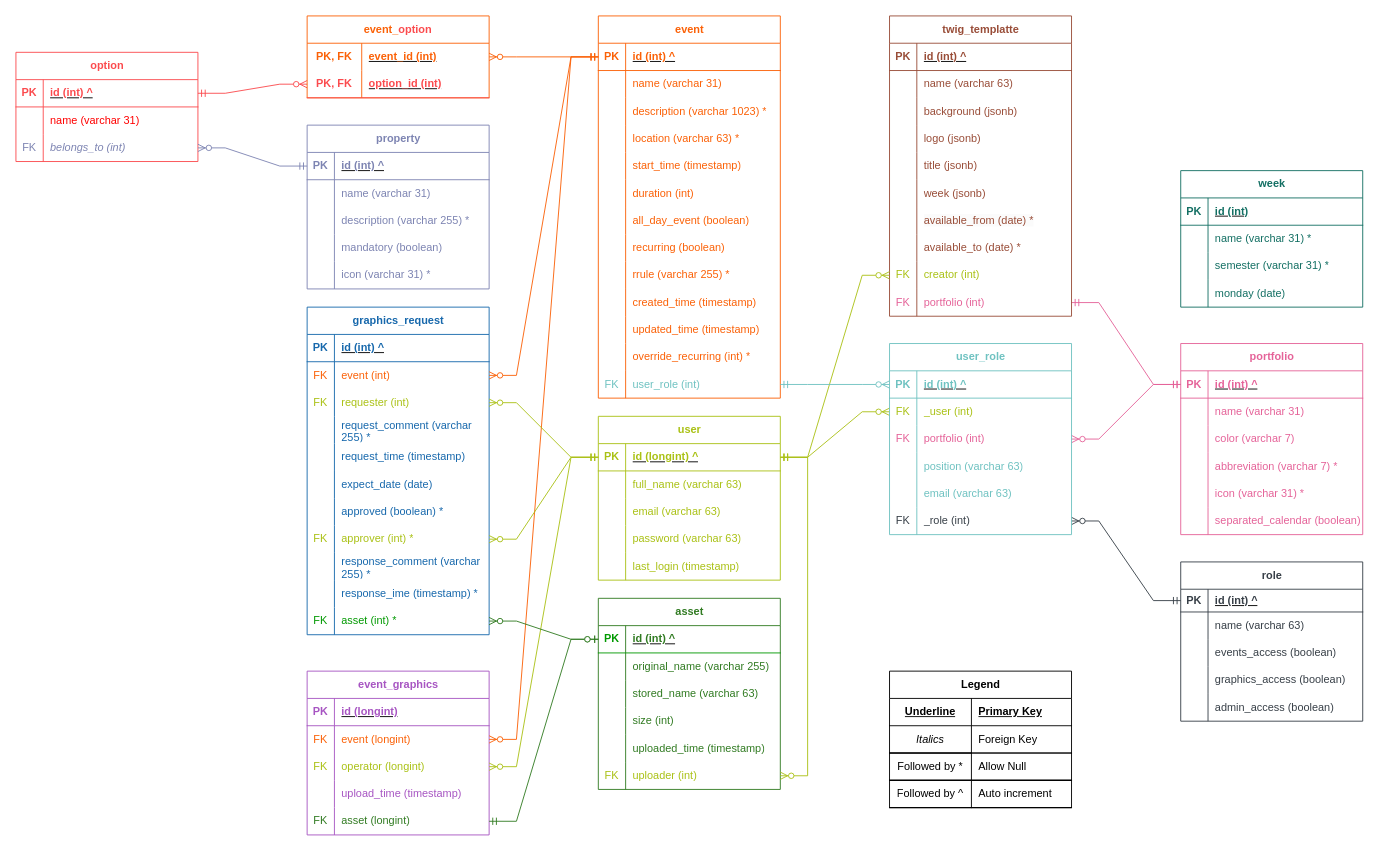
This is design/eTWIG.ER.drawio from stewebb/eTWIG, a draw.io file, before an edit. Source tidied: cells renumbered, new cells numbered last; positions are measured from the earlier drawing's top-left corner, leaving out a move shared by most shapes. Both pictures are drawn from the tidied source at 91%, with x=0, y=0 at pixel (15, -203).
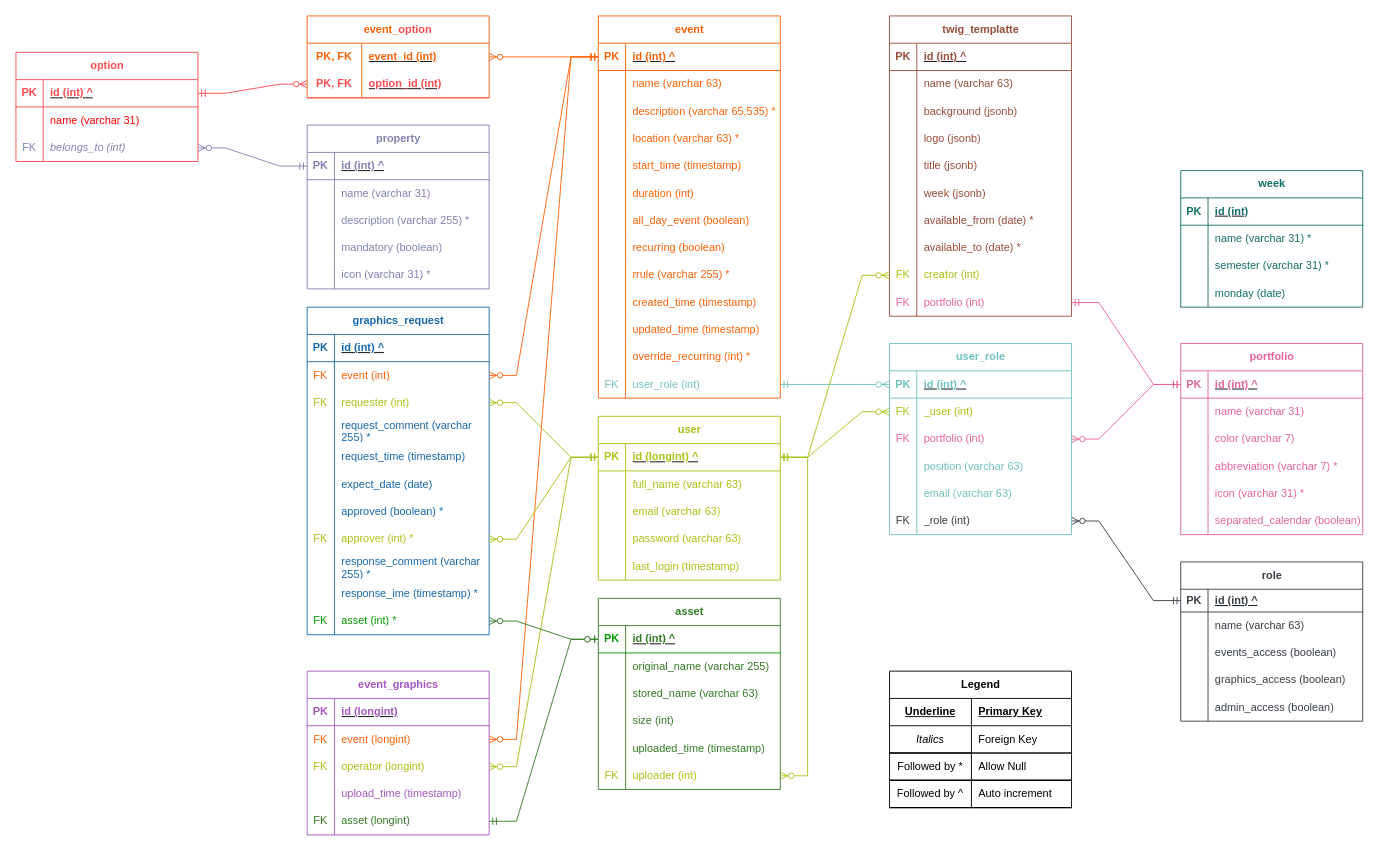
After the change.

The change refers to these unchanged cells:
```xml
<mxCell id="119" style="shape=tableRow;horizontal=0;startSize=0;swimlaneHead=0;swimlaneBody=0;fillColor=none;top=0;left=0;right=0;bottom=0;" parent="115" vertex="1">
  <mxGeometry y="60" width="200" height="30" as="geometry" />
</mxCell>
<mxCell id="122" style="shape=tableRow;horizontal=0;startSize=0;swimlaneHead=0;swimlaneBody=0;fillColor=none;top=0;left=0;right=0;bottom=0;" parent="115" vertex="1">
  <mxGeometry y="90" width="200" height="30" as="geometry" />
</mxCell>
```

Change to the diagram source:
```diff
@@
-    <mxCell id="121" value="&lt;font color=&quot;#fb6107&quot;&gt;name (varchar 31)&lt;/font&gt;" style="shape=partialRectangle;fillColor=none;top=0;left=0;bottom=0;right=0;align=left;spacingLeft=6;overflow=hidden;whiteSpace=wrap;html=1;strokeColor=#fb6107;" parent="119" vertex="1">
+    <mxCell id="121" value="&lt;font color=&quot;#fb6107&quot;&gt;name (varchar 63)&lt;/font&gt;" style="shape=partialRectangle;fillColor=none;top=0;left=0;bottom=0;right=0;align=left;spacingLeft=6;overflow=hidden;whiteSpace=wrap;html=1;strokeColor=#fb6107;" parent="119" vertex="1">
       <mxGeometry x="30" width="170" height="30" as="geometry" />
     </mxCell>
@@
-    <mxCell id="124" value="&lt;font color=&quot;#fb6107&quot;&gt;description (varchar 1023) *&lt;/font&gt;" style="shape=partialRectangle;fillColor=none;top=0;left=0;bottom=0;right=0;align=left;spacingLeft=6;overflow=hidden;whiteSpace=wrap;html=1;strokeColor=#fb6107;" parent="122" vertex="1">
+    <mxCell id="124" value="&lt;font color=&quot;#fb6107&quot;&gt;description (varchar 65,535) *&lt;/font&gt;" style="shape=partialRectangle;fillColor=none;top=0;left=0;bottom=0;right=0;align=left;spacingLeft=6;overflow=hidden;whiteSpace=wrap;html=1;strokeColor=#fb6107;" parent="122" vertex="1">
       <mxGeometry x="30" width="170" height="30" as="geometry" />
     </mxCell>
```
